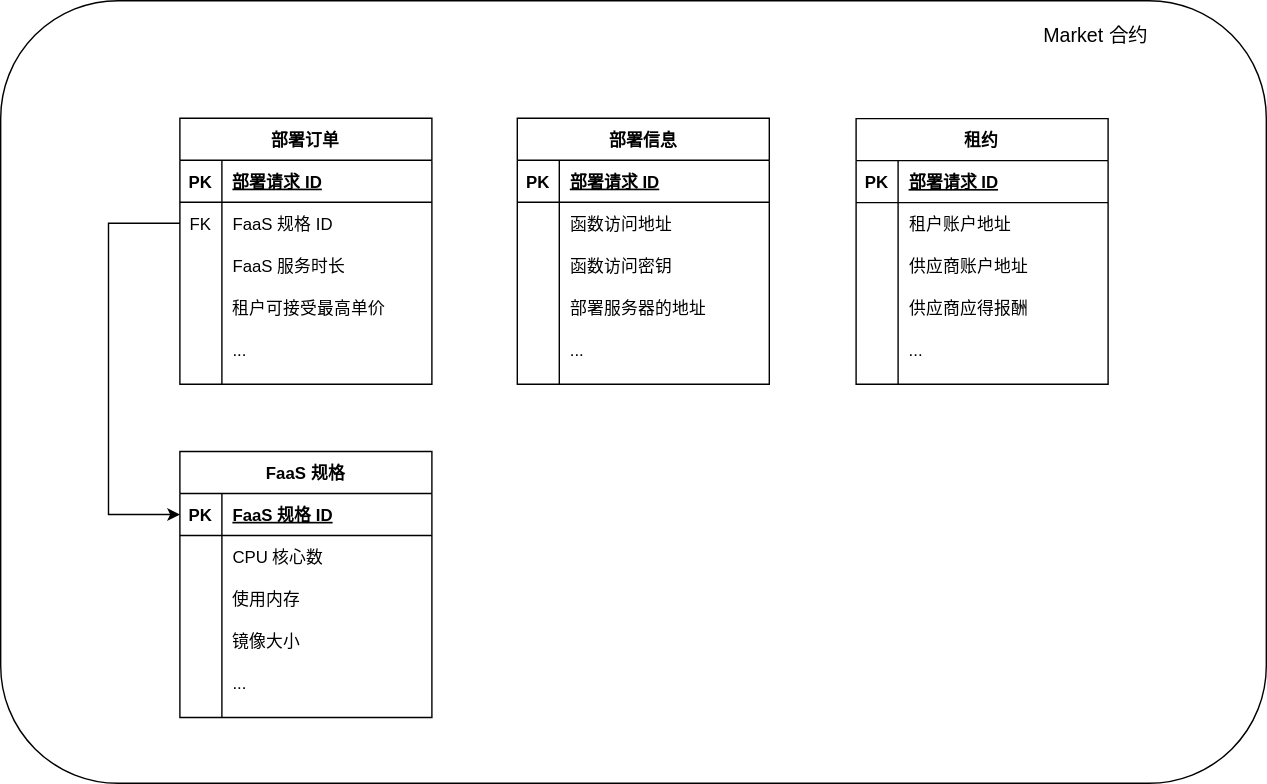
The draw.io diagram docs/defaas-docs/defaas-imgs/Market-Core-Data.svg in BangHonor/DeFaaS, before a commit. Source tidied: cells renumbered, new cells last; positions are measured from the earlier drawing's top-left corner, leaving out a move shared by most shapes.
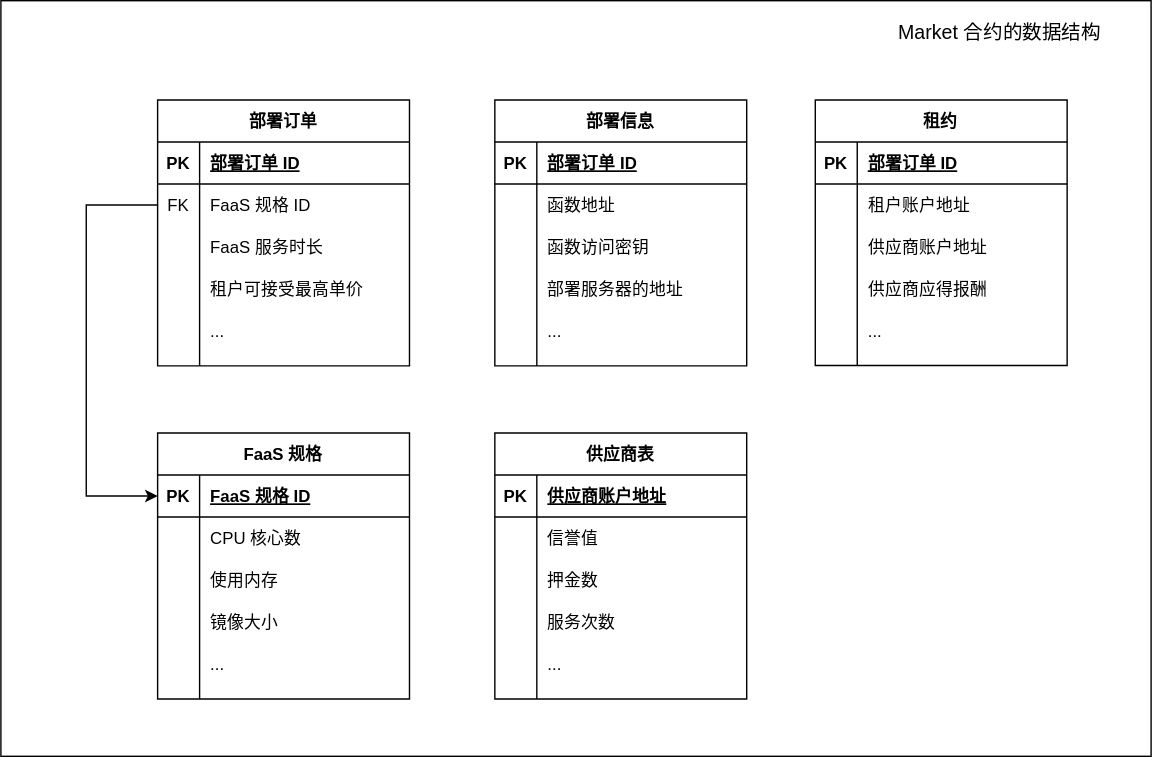
Later version of the same file.

What changed in the source:
```diff
@@ -2,9 +2,9 @@
   <root>
     <mxCell id="0" />
     <mxCell id="1" parent="0" />
-    <mxCell id="2" style="rounded=1;whiteSpace=wrap;html=1;" parent="1" vertex="1">
-      <mxGeometry width="904" height="559" as="geometry" />
-    </mxCell>
+    <mxCell id="69" style="rounded=0;whiteSpace=wrap;html=1;fillColor=#ffffff;fontSize=13;" parent="1" vertex="1">
+      <mxGeometry x="16" y="13" width="822" height="540" as="geometry" />
+    </mxCell>
     <mxCell id="3" value="部署订单" style="shape=table;startSize=30;rowLines=0;fontStyle=1;align=center;" parent="1" vertex="1">
       <mxGeometry x="128" y="84" width="180" height="190" as="geometry" />
     </mxCell>
@@ -14,7 +14,7 @@
     <mxCell id="5" value="PK" style="shape=partialRectangle;fillColor=none;top=0;left=0;bottom=0;right=0;fontStyle=1;overflow=hidden;" parent="4" vertex="1">
       <mxGeometry width="30" height="30" as="geometry" />
     </mxCell>
-    <mxCell id="6" value="部署请求 ID" style="shape=partialRectangle;fillColor=none;top=0;left=0;bottom=0;right=0;align=left;spacingLeft=6;fontStyle=5;overflow=hidden;" parent="4" vertex="1">
+    <mxCell id="6" value="部署订单 ID" style="shape=partialRectangle;fillColor=none;top=0;left=0;bottom=0;right=0;align=left;spacingLeft=6;fontStyle=5;overflow=hidden;" parent="4" vertex="1">
       <mxGeometry x="30" width="150" height="30" as="geometry" />
     </mxCell>
     <mxCell id="7" style="shape=partialRectangle;fillColor=none;top=0;left=0;bottom=0;right=0;points=[[0,0.5],[1,0.5]];portConstraint=eastwest;" parent="3" vertex="1">
@@ -62,7 +62,7 @@
     <mxCell id="21" value="PK" style="shape=partialRectangle;fillColor=none;top=0;left=0;bottom=0;right=0;fontStyle=1;overflow=hidden;" parent="20" vertex="1">
       <mxGeometry width="30" height="30" as="geometry" />
     </mxCell>
-    <mxCell id="22" value="部署请求 ID" style="shape=partialRectangle;fillColor=none;top=0;left=0;bottom=0;right=0;align=left;spacingLeft=6;fontStyle=5;overflow=hidden;" parent="20" vertex="1">
+    <mxCell id="22" value="部署订单 ID" style="shape=partialRectangle;fillColor=none;top=0;left=0;bottom=0;right=0;align=left;spacingLeft=6;fontStyle=5;overflow=hidden;" parent="20" vertex="1">
       <mxGeometry x="30" width="150" height="30" as="geometry" />
     </mxCell>
     <mxCell id="23" style="shape=partialRectangle;fillColor=none;top=0;left=0;bottom=0;right=0;" parent="19" vertex="1">
@@ -71,7 +71,7 @@
     <mxCell id="24" style="shape=partialRectangle;fillColor=none;top=0;left=0;bottom=0;right=0;overflow=hidden;" parent="23" vertex="1">
       <mxGeometry width="30" height="30" as="geometry" />
     </mxCell>
-    <mxCell id="25" value="函数访问地址" style="shape=partialRectangle;fillColor=none;top=0;left=0;bottom=0;right=0;align=left;spacingLeft=6;overflow=hidden;" parent="23" vertex="1">
+    <mxCell id="25" value="函数地址" style="shape=partialRectangle;fillColor=none;top=0;left=0;bottom=0;right=0;align=left;spacingLeft=6;overflow=hidden;" parent="23" vertex="1">
       <mxGeometry x="30" width="150" height="30" as="geometry" />
     </mxCell>
     <mxCell id="26" style="shape=partialRectangle;fillColor=none;top=0;left=0;bottom=0;right=0;" parent="19" vertex="1">
@@ -102,7 +102,7 @@
       <mxGeometry x="30" width="150" height="30" as="geometry" />
     </mxCell>
     <mxCell id="35" value="租约" style="shape=table;startSize=30;rowLines=0;fontStyle=1;align=center;" parent="1" vertex="1">
-      <mxGeometry x="611" y="84.2" width="180" height="189.8" as="geometry" />
+      <mxGeometry x="598" y="84" width="180" height="189.8" as="geometry" />
     </mxCell>
     <mxCell id="36" style="shape=partialRectangle;fillColor=none;top=0;left=0;bottom=1;right=0;" parent="35" vertex="1">
       <mxGeometry y="30" width="180" height="30" as="geometry" />
@@ -110,7 +110,7 @@
     <mxCell id="37" value="PK" style="shape=partialRectangle;fillColor=none;top=0;left=0;bottom=0;right=0;fontStyle=1;overflow=hidden;" parent="36" vertex="1">
       <mxGeometry width="30" height="30" as="geometry" />
     </mxCell>
-    <mxCell id="38" value="部署请求 ID" style="shape=partialRectangle;fillColor=none;top=0;left=0;bottom=0;right=0;align=left;spacingLeft=6;fontStyle=5;overflow=hidden;" parent="36" vertex="1">
+    <mxCell id="38" value="部署订单 ID" style="shape=partialRectangle;fillColor=none;top=0;left=0;bottom=0;right=0;align=left;spacingLeft=6;fontStyle=5;overflow=hidden;" parent="36" vertex="1">
       <mxGeometry x="30" width="150" height="30" as="geometry" />
     </mxCell>
     <mxCell id="39" style="shape=partialRectangle;fillColor=none;top=0;left=0;bottom=0;right=0;" parent="35" vertex="1">
@@ -205,8 +205,56 @@
         </Array>
       </mxGeometry>
     </mxCell>
-    <mxCell id="68" value="&lt;font style=&quot;font-size: 14px&quot;&gt;Market 合约&lt;/font&gt;" style="text;html=1;strokeColor=none;fillColor=none;align=center;verticalAlign=middle;whiteSpace=wrap;rounded=0;" parent="1" vertex="1">
-      <mxGeometry x="743" y="14" width="79" height="22" as="geometry" />
+    <mxCell id="68" value="&lt;font style=&quot;font-size: 14px&quot;&gt;Market 合约的数据结构&lt;/font&gt;" style="text;html=1;strokeColor=none;fillColor=none;align=center;verticalAlign=middle;whiteSpace=wrap;rounded=0;" parent="1" vertex="1">
+      <mxGeometry x="652" y="16" width="156" height="40" as="geometry" />
     </mxCell>
+    <mxCell id="70" value="供应商表" style="shape=table;startSize=30;rowLines=0;fontStyle=1;align=center;" parent="1" vertex="1">
+      <mxGeometry x="369" y="322" width="180" height="190" as="geometry" />
+    </mxCell>
+    <mxCell id="71" style="shape=partialRectangle;fillColor=none;top=0;left=0;bottom=1;right=0;" parent="70" vertex="1">
+      <mxGeometry y="30" width="180" height="30" as="geometry" />
+    </mxCell>
+    <mxCell id="72" value="PK" style="shape=partialRectangle;fillColor=none;top=0;left=0;bottom=0;right=0;fontStyle=1;overflow=hidden;" parent="71" vertex="1">
+      <mxGeometry width="30" height="30" as="geometry" />
+    </mxCell>
+    <mxCell id="73" value="供应商账户地址" style="shape=partialRectangle;fillColor=none;top=0;left=0;bottom=0;right=0;align=left;spacingLeft=6;fontStyle=5;overflow=hidden;" parent="71" vertex="1">
+      <mxGeometry x="30" width="150" height="30" as="geometry" />
+    </mxCell>
+    <mxCell id="74" style="shape=partialRectangle;fillColor=none;top=0;left=0;bottom=0;right=0;" parent="70" vertex="1">
+      <mxGeometry y="60" width="180" height="30" as="geometry" />
+    </mxCell>
+    <mxCell id="75" style="shape=partialRectangle;fillColor=none;top=0;left=0;bottom=0;right=0;overflow=hidden;" parent="74" vertex="1">
+      <mxGeometry width="30" height="30" as="geometry" />
+    </mxCell>
+    <mxCell id="76" value="信誉值" style="shape=partialRectangle;fillColor=none;top=0;left=0;bottom=0;right=0;align=left;spacingLeft=6;overflow=hidden;" parent="74" vertex="1">
+      <mxGeometry x="30" width="150" height="30" as="geometry" />
+    </mxCell>
+    <mxCell id="77" style="shape=partialRectangle;fillColor=none;top=0;left=0;bottom=0;right=0;" parent="70" vertex="1">
+      <mxGeometry y="90" width="180" height="30" as="geometry" />
+    </mxCell>
+    <mxCell id="78" style="shape=partialRectangle;fillColor=none;top=0;left=0;bottom=0;right=0;overflow=hidden;" parent="77" vertex="1">
+      <mxGeometry width="30" height="30" as="geometry" />
+    </mxCell>
+    <mxCell id="79" value="押金数" style="shape=partialRectangle;fillColor=none;top=0;left=0;bottom=0;right=0;align=left;spacingLeft=6;overflow=hidden;" parent="77" vertex="1">
+      <mxGeometry x="30" width="150" height="30" as="geometry" />
+    </mxCell>
+    <mxCell id="80" style="shape=partialRectangle;fillColor=none;top=0;left=0;bottom=0;right=0;" parent="70" vertex="1">
+      <mxGeometry y="120" width="180" height="30" as="geometry" />
+    </mxCell>
+    <mxCell id="81" style="shape=partialRectangle;fillColor=none;top=0;left=0;bottom=0;right=0;overflow=hidden;" parent="80" vertex="1">
+      <mxGeometry width="30" height="30" as="geometry" />
+    </mxCell>
+    <mxCell id="82" value="服务次数" style="shape=partialRectangle;fillColor=none;top=0;left=0;bottom=0;right=0;align=left;spacingLeft=6;overflow=hidden;" parent="80" vertex="1">
+      <mxGeometry x="30" width="150" height="30" as="geometry" />
+    </mxCell>
+    <mxCell id="83" style="shape=partialRectangle;fillColor=none;top=0;left=0;bottom=0;right=0;" parent="70" vertex="1">
+      <mxGeometry y="150" width="180" height="30" as="geometry" />
+    </mxCell>
+    <mxCell id="84" style="shape=partialRectangle;fillColor=none;top=0;left=0;bottom=0;right=0;overflow=hidden;" parent="83" vertex="1">
+      <mxGeometry width="30" height="30" as="geometry" />
+    </mxCell>
+    <mxCell id="85" value="..." style="shape=partialRectangle;fillColor=none;top=0;left=0;bottom=0;right=0;align=left;spacingLeft=6;overflow=hidden;" parent="83" vertex="1">
+      <mxGeometry x="30" width="150" height="30" as="geometry" />
+    </mxCell>
   </root>
 </mxGraphModel>
```
